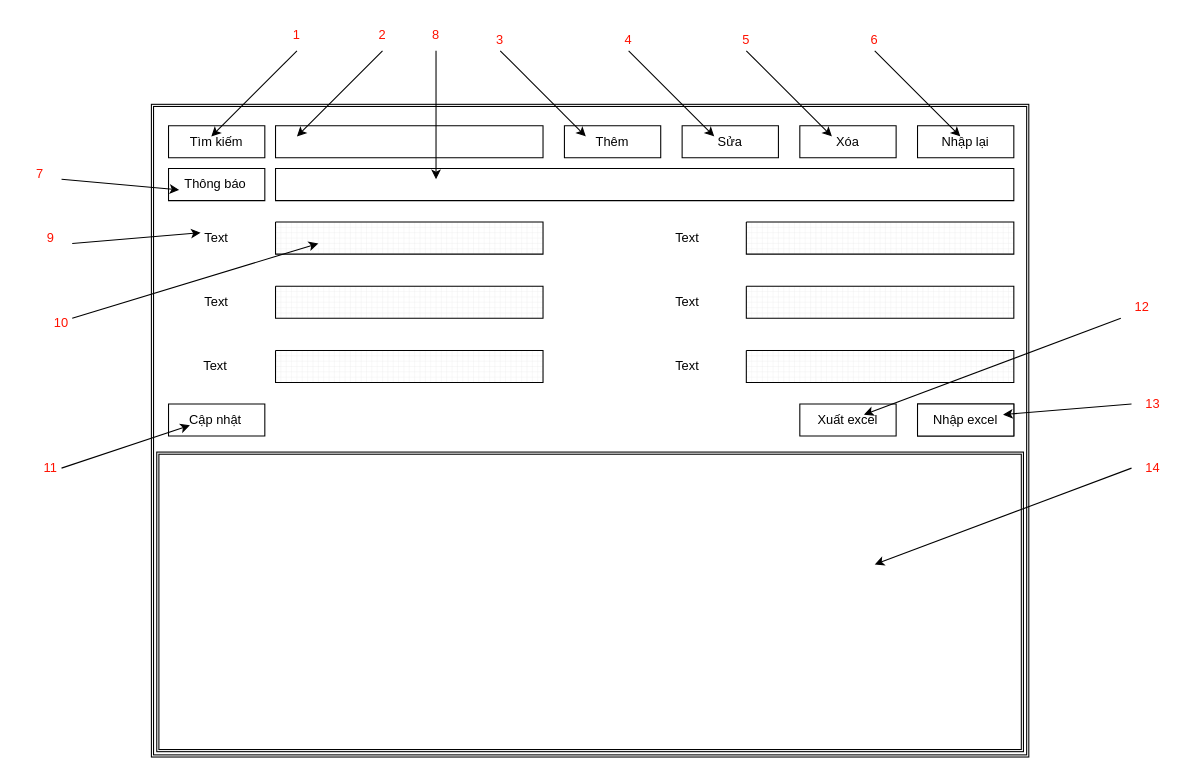
Before: Documents/file draw.io giao diện/nhacungcap.drawio in boopanda1998/Cong_nghe_phan_mem, a draw.io diagram. Source tidied: cells renumbered, new cells numbered last; positions are measured from the earlier drawing's top-left corner, leaving out a move shared by most shapes. Both pictures are drawn from the tidied source at 107%, with x=0, y=0 at pixel (18, 18).
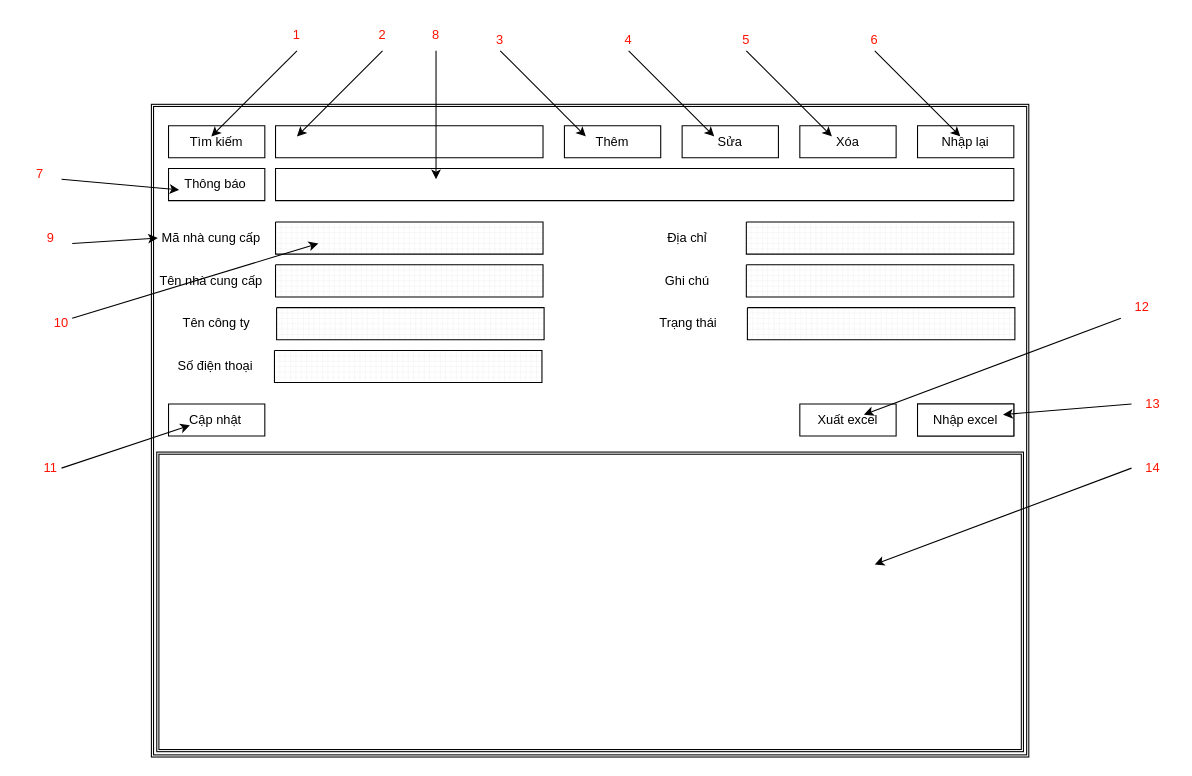
The same page after the edit.

The edit, as a diff of the source:
```diff
@@
     <mxCell id="14" style="verticalLabelPosition=bottom;verticalAlign=top;html=1;shape=mxgraph.basic.patternFillRect;fillStyle=grid;step=5;fillStrokeWidth=0.2;fillStrokeColor=#dddddd;" parent="1" vertex="1">
-      <mxGeometry x="680" y="250" width="250" height="30" as="geometry" />
+      <mxGeometry x="680" y="230" width="250" height="30" as="geometry" />
     </mxCell>
     <mxCell id="15" style="verticalLabelPosition=bottom;verticalAlign=top;html=1;shape=mxgraph.basic.patternFillRect;fillStyle=grid;step=5;fillStrokeWidth=0.2;fillStrokeColor=#dddddd;" parent="1" vertex="1">
-      <mxGeometry x="680" y="310" width="250" height="30" as="geometry" />
+      <mxGeometry x="681" y="270" width="250" height="30" as="geometry" />
     </mxCell>
@@
     <mxCell id="17" style="verticalLabelPosition=bottom;verticalAlign=top;html=1;shape=mxgraph.basic.patternFillRect;fillStyle=grid;step=5;fillStrokeWidth=0.2;fillStrokeColor=#dddddd;" parent="1" vertex="1">
-      <mxGeometry x="240" y="250" width="250" height="30" as="geometry" />
+      <mxGeometry x="240" y="230" width="250" height="30" as="geometry" />
     </mxCell>
     <mxCell id="18" style="verticalLabelPosition=bottom;verticalAlign=top;html=1;shape=mxgraph.basic.patternFillRect;fillStyle=grid;step=5;fillStrokeWidth=0.2;fillStrokeColor=#dddddd;" parent="1" vertex="1">
-      <mxGeometry x="240" y="310" width="250" height="30" as="geometry" />
+      <mxGeometry x="241" y="270" width="250" height="30" as="geometry" />
     </mxCell>
-    <mxCell id="19" value="Text" style="text;html=1;strokeColor=none;fillColor=none;align=center;verticalAlign=middle;whiteSpace=wrap;rounded=0;" parent="1" vertex="1">
-      <mxGeometry x="140" y="190" width="90" height="30" as="geometry" />
+    <mxCell id="19" value="Mã nhà cung cấp" style="text;html=1;strokeColor=none;fillColor=none;align=center;verticalAlign=middle;whiteSpace=wrap;rounded=0;" parent="1" vertex="1">
+      <mxGeometry x="130" y="190" width="100" height="30" as="geometry" />
     </mxCell>
@@
-    <mxCell id="30" value="Text" style="text;html=1;strokeColor=none;fillColor=none;align=center;verticalAlign=middle;whiteSpace=wrap;rounded=0;" parent="1" vertex="1">
-      <mxGeometry x="140" y="250" width="90" height="30" as="geometry" />
+    <mxCell id="30" value="Tên nhà cung cấp" style="text;html=1;strokeColor=none;fillColor=none;align=center;verticalAlign=middle;whiteSpace=wrap;rounded=0;" parent="1" vertex="1">
+      <mxGeometry x="130" y="230" width="100" height="30" as="geometry" />
     </mxCell>
-    <mxCell id="31" value="Text" style="text;html=1;strokeColor=none;fillColor=none;align=center;verticalAlign=middle;whiteSpace=wrap;rounded=0;" parent="1" vertex="1">
-      <mxGeometry x="139" y="310" width="90" height="30" as="geometry" />
+    <mxCell id="31" value="Tên công ty" style="text;html=1;strokeColor=none;fillColor=none;align=center;verticalAlign=middle;whiteSpace=wrap;rounded=0;" parent="1" vertex="1">
+      <mxGeometry x="140" y="270" width="90" height="30" as="geometry" />
     </mxCell>
-    <mxCell id="32" value="Text" style="text;html=1;strokeColor=none;fillColor=none;align=center;verticalAlign=middle;whiteSpace=wrap;rounded=0;" parent="1" vertex="1">
+    <mxCell id="32" value="Địa chỉ" style="text;html=1;strokeColor=none;fillColor=none;align=center;verticalAlign=middle;whiteSpace=wrap;rounded=0;" parent="1" vertex="1">
       <mxGeometry x="580" y="190" width="90" height="30" as="geometry" />
     </mxCell>
-    <mxCell id="33" value="Text" style="text;html=1;strokeColor=none;fillColor=none;align=center;verticalAlign=middle;whiteSpace=wrap;rounded=0;" parent="1" vertex="1">
-      <mxGeometry x="580" y="250" width="90" height="30" as="geometry" />
+    <mxCell id="33" value="Ghi chú" style="text;html=1;strokeColor=none;fillColor=none;align=center;verticalAlign=middle;whiteSpace=wrap;rounded=0;" parent="1" vertex="1">
+      <mxGeometry x="580" y="230" width="90" height="30" as="geometry" />
     </mxCell>
-    <mxCell id="34" value="Text" style="text;html=1;strokeColor=none;fillColor=none;align=center;verticalAlign=middle;whiteSpace=wrap;rounded=0;" parent="1" vertex="1">
-      <mxGeometry x="580" y="310" width="90" height="30" as="geometry" />
+    <mxCell id="34" value="Trạng thái" style="text;html=1;strokeColor=none;fillColor=none;align=center;verticalAlign=middle;whiteSpace=wrap;rounded=0;" parent="1" vertex="1">
+      <mxGeometry x="581" y="270" width="90" height="30" as="geometry" />
     </mxCell>
@@
-    <mxCell id="46" style="endArrow=classic;html=1;" parent="1" edge="1">
+    <mxCell id="46" style="endArrow=classic;html=1;entryX=0;entryY=0.5;entryDx=0;entryDy=0;" parent="1" edge="1" target="19">
       <mxGeometry relative="1" as="geometry">
         <mxPoint x="50" y="210" as="sourcePoint" />
-        <mxPoint x="170" y="200" as="targetPoint" />
       </mxGeometry>
     </mxCell>
@@
+    <mxCell id="65" style="verticalLabelPosition=bottom;verticalAlign=top;html=1;shape=mxgraph.basic.patternFillRect;fillStyle=grid;step=5;fillStrokeWidth=0.2;fillStrokeColor=#dddddd;" parent="1" vertex="1">
+      <mxGeometry x="239" y="310" width="250" height="30" as="geometry" />
+    </mxCell>
+    <mxCell id="66" value="Số điện thoại" style="text;html=1;strokeColor=none;fillColor=none;align=center;verticalAlign=middle;whiteSpace=wrap;rounded=0;" parent="1" vertex="1">
+      <mxGeometry x="139" y="310" width="90" height="30" as="geometry" />
+    </mxCell>
```
